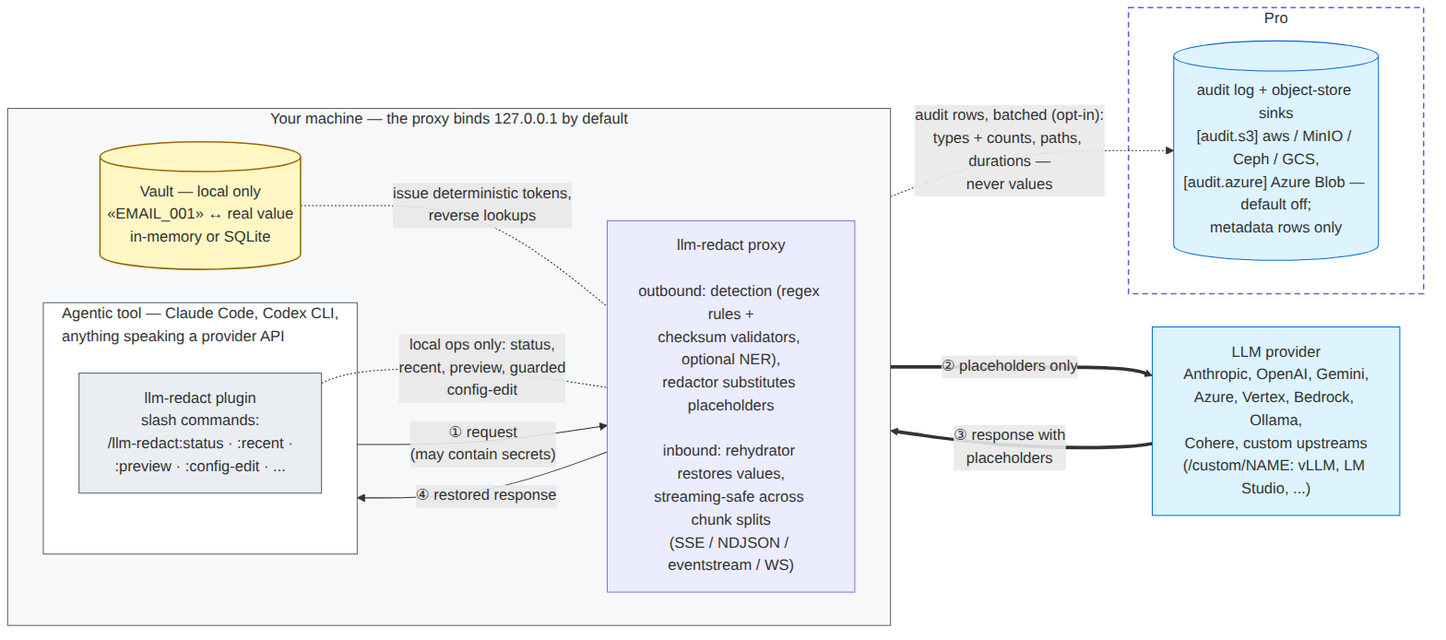
This is docs/diagrams/architecture.png from asanderson/llm-redact, a Mermaid export, as it was before one commit. Its source is kept beside it as docs/diagrams/architecture.mmd.
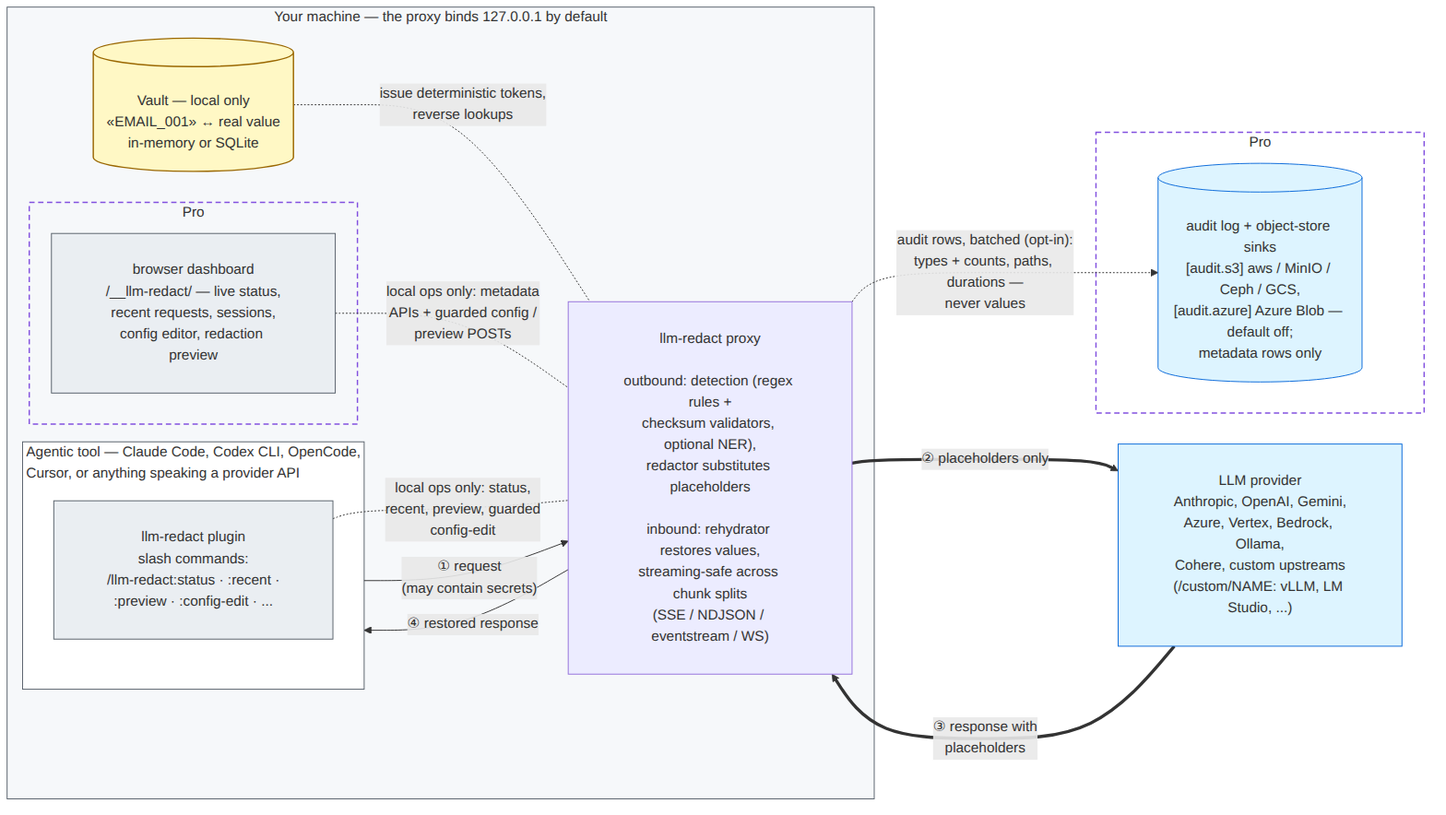
Later version of the same file.

Commit message:
docs(diagrams): draw the Pro browser dashboard in the architecture diagram

The edit, as a diff of the source:
```diff
@@ -1,11 +1,15 @@
+%%{init: {"flowchart": {"padding": 30}}}%%
 flowchart LR
     subgraph machine["Your machine — the proxy binds 127.0.0.1 by default"]
         direction LR
-        subgraph tool["Agentic tool — Claude Code, Codex CLI,<br/>anything speaking a provider API"]
+        subgraph tool["Agentic tool — Claude Code, Codex CLI, OpenCode,<br/>Cursor, or anything speaking a provider API"]
             plugins["llm-redact plugin<br/>slash commands:<br/>/llm-redact:status · :recent ·<br/>:preview · :config-edit · ..."]
         end
         proxy["llm-redact proxy<br/><br/>outbound: detection (regex rules +<br/>checksum validators, optional NER),<br/>redactor substitutes placeholders<br/><br/>inbound: rehydrator restores values,<br/>streaming-safe across chunk splits<br/>(SSE / NDJSON / eventstream / WS)"]
         vault[("Vault — local only<br/>«EMAIL_001» ↔ real value<br/>in-memory or SQLite")]
+        subgraph proLocal["Pro"]
+            dashboard["browser dashboard<br/>/__llm-redact/ — live status,<br/>recent requests, sessions,<br/>config editor, redaction preview"]
+        end
     end
     provider["LLM provider<br/>Anthropic, OpenAI, Gemini,<br/>Azure, Vertex, Bedrock, Ollama,<br/>Cohere, custom upstreams<br/>(/custom/NAME: vLLM, LM Studio, ...)"]
     subgraph pro["Pro"]
@@ -17,6 +21,7 @@
     provider == "③ response with<br/>placeholders" ==> proxy
     proxy -- "④ restored response" --> tool
     vault -. "issue deterministic tokens,<br/>reverse lookups" .- proxy
+    dashboard -. "local ops only: metadata<br/>APIs + guarded config /<br/>preview POSTs" .- proxy
     plugins -. "local ops only: status,<br/>recent, preview, guarded<br/>config-edit" .- proxy
     proxy -. "audit rows, batched (opt-in):<br/>types + counts, paths, durations —<br/>never values" .-> s3
 
@@ -29,6 +34,6 @@
     class machine boundary;
     class vault vaultBox;
     class provider,s3 upstream;
-    class plugins pluginBox;
+    class plugins,dashboard pluginBox;
     class tool toolBox;
-    class pro proBox;
+    class pro,proLocal proBox;
```
